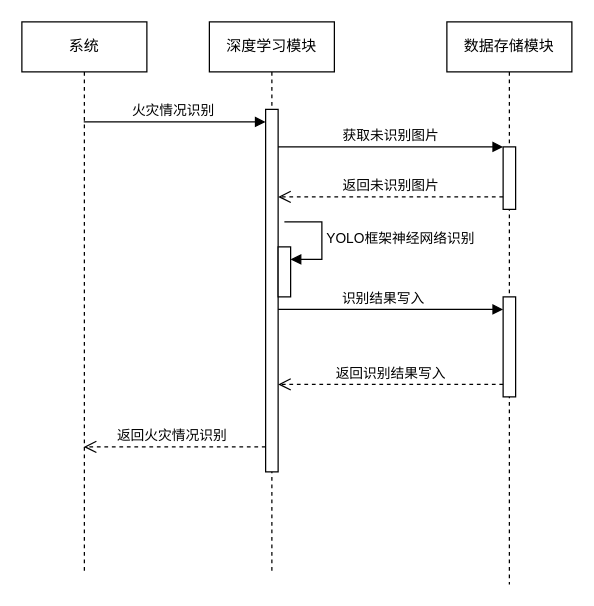
Earlier version of the draw.io diagram Draw.io/本科毕业设计/顺序图_火灾情况识别.drawio (Arete-FFF/PicGo). Source tidied: cells renumbered, new cells numbered last; positions are measured from the earlier drawing's top-left corner, leaving out a move shared by most shapes. Both pictures are drawn from the tidied source at 125%, with x=0, y=0 at pixel (21, 21).
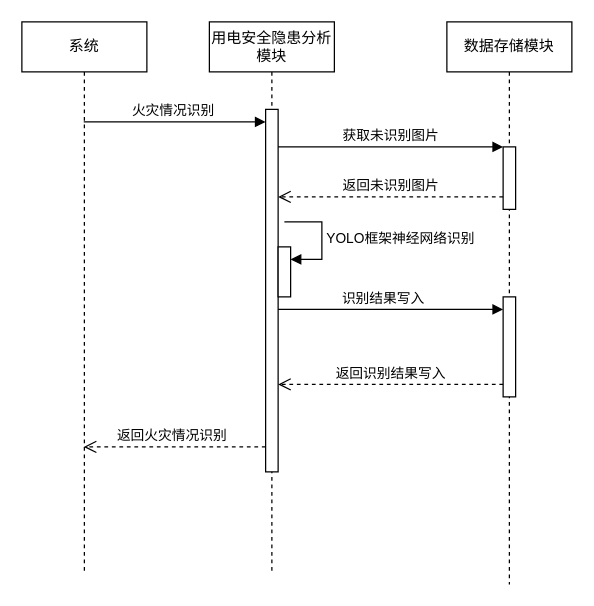
Above is the later version.

Commit message:
更新顺序图_火灾情况识别.drawio

The edit, as a diff of the source:
```diff
@@
-    <mxCell id="2" value="深度学习模块" style="shape=umlLifeline;perimeter=lifelinePerimeter;whiteSpace=wrap;html=1;newEdgeStyle={&quot;edgeStyle&quot;:&quot;elbowEdgeStyle&quot;,&quot;elbow&quot;:&quot;vertical&quot;,&quot;curved&quot;:0,&quot;rounded&quot;:0};" parent="1" vertex="1">
+    <mxCell id="2" value="用电安全隐患分析模块" style="shape=umlLifeline;perimeter=lifelinePerimeter;whiteSpace=wrap;html=1;newEdgeStyle={&quot;edgeStyle&quot;:&quot;elbowEdgeStyle&quot;,&quot;elbow&quot;:&quot;vertical&quot;,&quot;curved&quot;:0,&quot;rounded&quot;:0};" parent="1" vertex="1">
       <mxGeometry x="150" width="100" height="440" as="geometry" />
     </mxCell>
```
